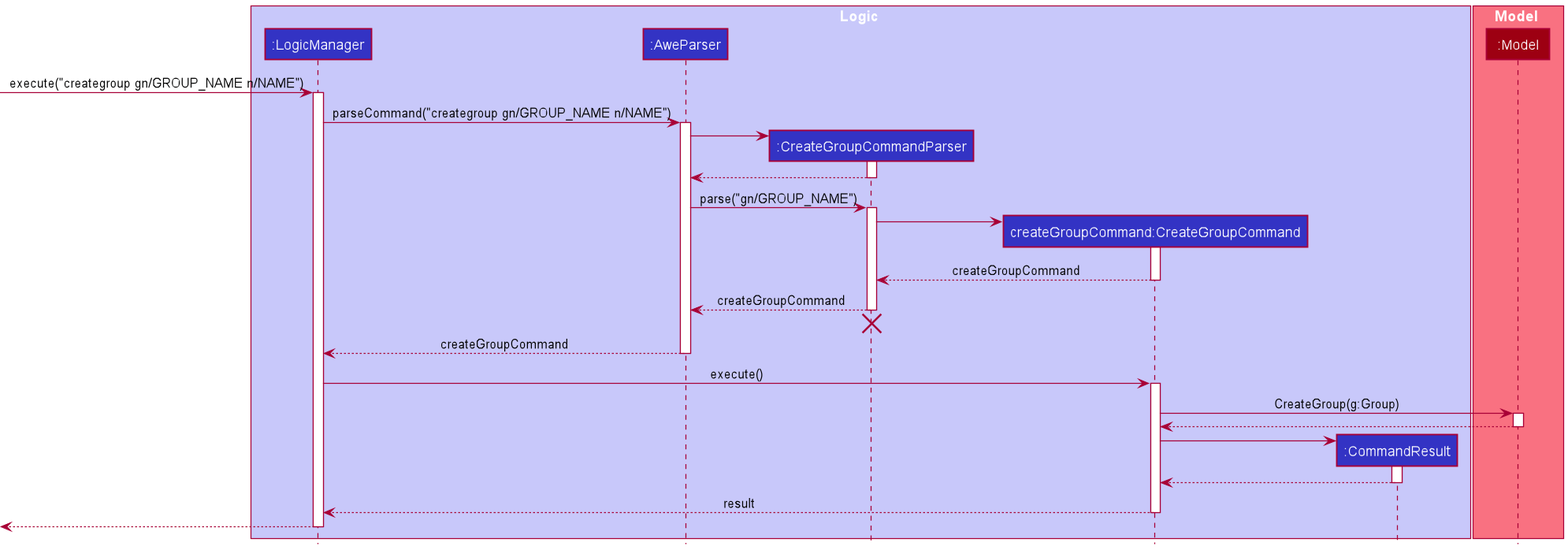
Before: docs/images/CreateGroupSequenceDiagram.png, a diagram exported from PlantUML (ramapriyan912001/tp). Its diagram source:
```plantuml
@startuml
!include style.puml

box Logic LOGIC_COLOR_T1
participant ":LogicManager" as LogicManager LOGIC_COLOR
participant ":AweParser" as AweParser LOGIC_COLOR
participant ":CreateGroupCommandParser" as CreateGroupCommandParser LOGIC_COLOR
participant "createGroupCommand:CreateGroupCommand" as CreateGroupCommand LOGIC_COLOR
participant ":CommandResult" as CommandResult LOGIC_COLOR
end box

box Model MODEL_COLOR_T1
participant ":Model" as Model MODEL_COLOR
end box

[-> LogicManager : execute("creategroup gn/GROUP_NAME n/NAME")
activate LogicManager

LogicManager -> AweParser : parseCommand("creategroup gn/GROUP_NAME n/NAME")
activate AweParser

create CreateGroupCommandParser
AweParser -> CreateGroupCommandParser
activate CreateGroupCommandParser

CreateGroupCommandParser --> AweParser
deactivate CreateGroupCommandParser

AweParser -> CreateGroupCommandParser : parse("gn/GROUP_NAME")
activate CreateGroupCommandParser

create CreateGroupCommand
CreateGroupCommandParser -> CreateGroupCommand
activate CreateGroupCommand

CreateGroupCommand --> CreateGroupCommandParser : createGroupCommand
deactivate CreateGroupCommand

CreateGroupCommandParser --> AweParser : createGroupCommand
deactivate CreateGroupCommandParser
CreateGroupCommandParser -[hidden]-> AweParser
destroy CreateGroupCommandParser

AweParser --> LogicManager : createGroupCommand
deactivate AweParser

LogicManager -> CreateGroupCommand : execute()
activate CreateGroupCommand

CreateGroupCommand -> Model : CreateGroup(g:Group)
activate Model

Model --> CreateGroupCommand
deactivate Model

create CommandResult
CreateGroupCommand -> CommandResult
activate CommandResult

CommandResult --> CreateGroupCommand
deactivate CommandResult

CreateGroupCommand --> LogicManager : result
deactivate CreateGroupCommand

[<--LogicManager
deactivate LogicManager
@enduml
```
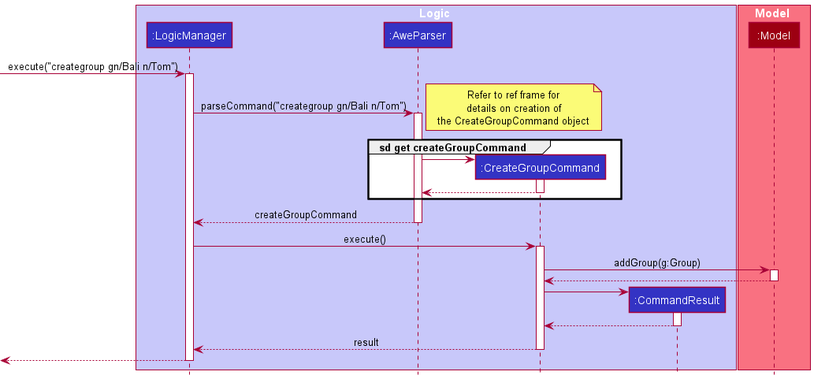
After the commit.

Change to the diagram source:
```diff
@@ -4,8 +4,7 @@
 box Logic LOGIC_COLOR_T1
 participant ":LogicManager" as LogicManager LOGIC_COLOR
 participant ":AweParser" as AweParser LOGIC_COLOR
-participant ":CreateGroupCommandParser" as CreateGroupCommandParser LOGIC_COLOR
-participant "createGroupCommand:CreateGroupCommand" as CreateGroupCommand LOGIC_COLOR
+participant ":CreateGroupCommand" as CreateGroupCommand LOGIC_COLOR
 participant ":CommandResult" as CommandResult LOGIC_COLOR
 end box
 
@@ -13,33 +12,27 @@
 participant ":Model" as Model MODEL_COLOR
 end box
 
-[-> LogicManager : execute("creategroup gn/GROUP_NAME n/NAME")
+[-> LogicManager : execute("creategroup gn/Bali n/Tom")
 activate LogicManager
 
-LogicManager -> AweParser : parseCommand("creategroup gn/GROUP_NAME n/NAME")
+LogicManager -> AweParser : parseCommand("creategroup gn/Bali n/Tom")
 activate AweParser
 
-create CreateGroupCommandParser
-AweParser -> CreateGroupCommandParser
-activate CreateGroupCommandParser
+note right
+Refer to ref frame for
+details on creation of
+the CreateGroupCommand object
+end note
+group sd get createGroupCommand
+create CreateGroupCommand
+AweParser -> CreateGroupCommand
+activate CreateGroupCommand
+CreateGroupCommand --> AweParser
+deactivate CreateGroupCommand
+end group
 
-CreateGroupCommandParser --> AweParser
-deactivate CreateGroupCommandParser
 
-AweParser -> CreateGroupCommandParser : parse("gn/GROUP_NAME")
-activate CreateGroupCommandParser
 
-create CreateGroupCommand
-CreateGroupCommandParser -> CreateGroupCommand
-activate CreateGroupCommand
-
-CreateGroupCommand --> CreateGroupCommandParser : createGroupCommand
-deactivate CreateGroupCommand
-
-CreateGroupCommandParser --> AweParser : createGroupCommand
-deactivate CreateGroupCommandParser
-CreateGroupCommandParser -[hidden]-> AweParser
-destroy CreateGroupCommandParser
 
 AweParser --> LogicManager : createGroupCommand
 deactivate AweParser
@@ -47,7 +40,7 @@
 LogicManager -> CreateGroupCommand : execute()
 activate CreateGroupCommand
 
-CreateGroupCommand -> Model : CreateGroup(g:Group)
+CreateGroupCommand -> Model : addGroup(g:Group)
 activate Model
 
 Model --> CreateGroupCommand
```
